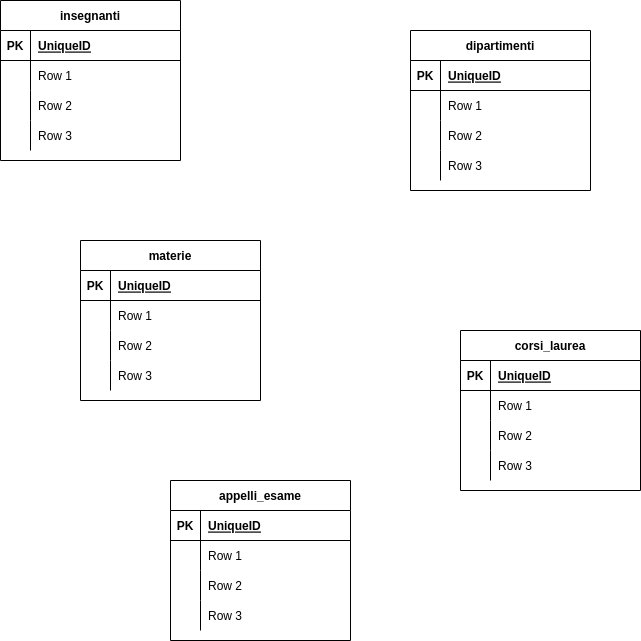
Above: diagramma ER per università.png in pietroline/db-university (draw.io), before the change. Source tidied: cells renumbered, new cells last; positions are measured from the earlier drawing's top-left corner, leaving out a move shared by most shapes.
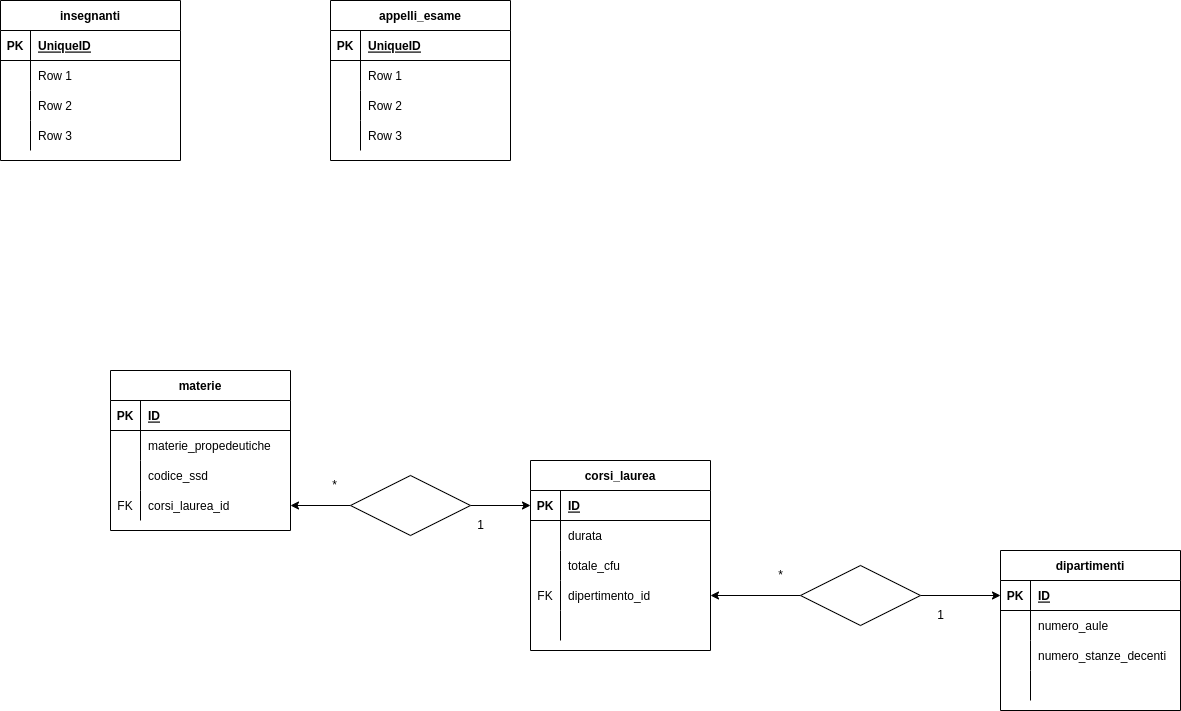
The same diagram one commit later.

Commit message:
dipartimento -> corsi_laurea -> materie

Change to the diagram source:
```diff
@@ -3,7 +3,7 @@
     <mxCell id="0" />
     <mxCell id="1" parent="0" />
     <mxCell id="2" value="dipartimenti" style="shape=table;startSize=30;rowLines=0;fontStyle=1;align=center;" parent="1" vertex="1">
-      <mxGeometry x="410" y="30" width="180" height="160" as="geometry" />
+      <mxGeometry x="1010" y="420" width="180" height="160" as="geometry" />
     </mxCell>
     <mxCell id="3" style="shape=tableRow;horizontal=0;startSize=0;swimlaneHead=0;swimlaneBody=0;fillColor=none;points=[[0,0.5],[1,0.5]];portConstraint=eastwest;top=0;left=0;right=0;bottom=1;" parent="2" vertex="1">
       <mxGeometry y="30" width="180" height="30" as="geometry" />
@@ -11,7 +11,7 @@
     <mxCell id="4" value="PK" style="shape=partialRectangle;fillColor=none;top=0;left=0;bottom=0;right=0;fontStyle=1;overflow=hidden;" parent="3" vertex="1">
       <mxGeometry width="30" height="30" as="geometry" />
     </mxCell>
-    <mxCell id="5" value="UniqueID" style="shape=partialRectangle;fillColor=none;top=0;left=0;bottom=0;right=0;align=left;spacingLeft=6;fontStyle=5;overflow=hidden;" parent="3" vertex="1">
+    <mxCell id="5" value="ID" style="shape=partialRectangle;fillColor=none;top=0;left=0;bottom=0;right=0;align=left;spacingLeft=6;fontStyle=5;overflow=hidden;" parent="3" vertex="1">
       <mxGeometry x="30" width="150" height="30" as="geometry" />
     </mxCell>
     <mxCell id="6" style="shape=tableRow;horizontal=0;startSize=0;swimlaneHead=0;swimlaneBody=0;fillColor=none;top=0;left=0;right=0;bottom=0;" parent="2" vertex="1">
@@ -20,7 +20,7 @@
     <mxCell id="7" style="shape=partialRectangle;fillColor=none;top=0;left=0;bottom=0;right=0;overflow=hidden;" parent="6" vertex="1">
       <mxGeometry width="30" height="30" as="geometry" />
     </mxCell>
-    <mxCell id="8" value="Row 1" style="shape=partialRectangle;fillColor=none;top=0;left=0;bottom=0;right=0;align=left;spacingLeft=6;overflow=hidden;" parent="6" vertex="1">
+    <mxCell id="8" value="numero_aule" style="shape=partialRectangle;fillColor=none;top=0;left=0;bottom=0;right=0;align=left;spacingLeft=6;overflow=hidden;" parent="6" vertex="1">
       <mxGeometry x="30" width="150" height="30" as="geometry" />
     </mxCell>
     <mxCell id="9" style="shape=tableRow;horizontal=0;startSize=0;swimlaneHead=0;swimlaneBody=0;fillColor=none;top=0;left=0;right=0;bottom=0;" parent="2" vertex="1">
@@ -29,7 +29,7 @@
     <mxCell id="10" style="shape=partialRectangle;fillColor=none;top=0;left=0;bottom=0;right=0;overflow=hidden;" parent="9" vertex="1">
       <mxGeometry width="30" height="30" as="geometry" />
     </mxCell>
-    <mxCell id="11" value="Row 2" style="shape=partialRectangle;fillColor=none;top=0;left=0;bottom=0;right=0;align=left;spacingLeft=6;overflow=hidden;" parent="9" vertex="1">
+    <mxCell id="11" value="numero_stanze_decenti" style="shape=partialRectangle;fillColor=none;top=0;left=0;bottom=0;right=0;align=left;spacingLeft=6;overflow=hidden;" parent="9" vertex="1">
       <mxGeometry x="30" width="150" height="30" as="geometry" />
     </mxCell>
     <mxCell id="12" style="shape=tableRow;horizontal=0;startSize=0;swimlaneHead=0;swimlaneBody=0;fillColor=none;top=0;left=0;right=0;bottom=0;" parent="2" vertex="1">
@@ -38,11 +38,11 @@
     <mxCell id="13" style="shape=partialRectangle;fillColor=none;top=0;left=0;bottom=0;right=0;overflow=hidden;" parent="12" vertex="1">
       <mxGeometry width="30" height="30" as="geometry" />
     </mxCell>
-    <mxCell id="14" value="Row 3" style="shape=partialRectangle;fillColor=none;top=0;left=0;bottom=0;right=0;align=left;spacingLeft=6;overflow=hidden;" parent="12" vertex="1">
+    <mxCell id="14" style="shape=partialRectangle;fillColor=none;top=0;left=0;bottom=0;right=0;align=left;spacingLeft=6;overflow=hidden;" parent="12" vertex="1">
       <mxGeometry x="30" width="150" height="30" as="geometry" />
     </mxCell>
     <mxCell id="15" value="materie" style="shape=table;startSize=30;rowLines=0;fontStyle=1;align=center;" parent="1" vertex="1">
-      <mxGeometry x="80" y="240" width="180" height="160" as="geometry" />
+      <mxGeometry x="120" y="240" width="180" height="160" as="geometry" />
     </mxCell>
     <mxCell id="16" style="shape=tableRow;horizontal=0;startSize=0;swimlaneHead=0;swimlaneBody=0;fillColor=none;top=0;left=0;right=0;bottom=1;" parent="15" vertex="1">
       <mxGeometry y="30" width="180" height="30" as="geometry" />
@@ -50,7 +50,7 @@
     <mxCell id="17" value="PK" style="shape=partialRectangle;fillColor=none;top=0;left=0;bottom=0;right=0;fontStyle=1;overflow=hidden;" parent="16" vertex="1">
       <mxGeometry width="30" height="30" as="geometry" />
     </mxCell>
-    <mxCell id="18" value="UniqueID" style="shape=partialRectangle;fillColor=none;top=0;left=0;bottom=0;right=0;align=left;spacingLeft=6;fontStyle=5;overflow=hidden;" parent="16" vertex="1">
+    <mxCell id="18" value="ID" style="shape=partialRectangle;fillColor=none;top=0;left=0;bottom=0;right=0;align=left;spacingLeft=6;fontStyle=5;overflow=hidden;" parent="16" vertex="1">
       <mxGeometry x="30" width="150" height="30" as="geometry" />
     </mxCell>
     <mxCell id="19" style="shape=tableRow;horizontal=0;startSize=0;swimlaneHead=0;swimlaneBody=0;fillColor=none;top=0;left=0;right=0;bottom=0;" parent="15" vertex="1">
@@ -59,7 +59,7 @@
     <mxCell id="20" style="shape=partialRectangle;fillColor=none;top=0;left=0;bottom=0;right=0;overflow=hidden;" parent="19" vertex="1">
       <mxGeometry width="30" height="30" as="geometry" />
     </mxCell>
-    <mxCell id="21" value="Row 1" style="shape=partialRectangle;fillColor=none;top=0;left=0;bottom=0;right=0;align=left;spacingLeft=6;overflow=hidden;" parent="19" vertex="1">
+    <mxCell id="21" value="materie_propedeutiche" style="shape=partialRectangle;fillColor=none;top=0;left=0;bottom=0;right=0;align=left;spacingLeft=6;overflow=hidden;" parent="19" vertex="1">
       <mxGeometry x="30" width="150" height="30" as="geometry" />
     </mxCell>
     <mxCell id="22" style="shape=tableRow;horizontal=0;startSize=0;swimlaneHead=0;swimlaneBody=0;fillColor=none;top=0;left=0;right=0;bottom=0;" parent="15" vertex="1">
@@ -68,20 +68,20 @@
     <mxCell id="23" style="shape=partialRectangle;fillColor=none;top=0;left=0;bottom=0;right=0;overflow=hidden;" parent="22" vertex="1">
       <mxGeometry width="30" height="30" as="geometry" />
     </mxCell>
-    <mxCell id="24" value="Row 2" style="shape=partialRectangle;fillColor=none;top=0;left=0;bottom=0;right=0;align=left;spacingLeft=6;overflow=hidden;" parent="22" vertex="1">
+    <mxCell id="24" value="codice_ssd" style="shape=partialRectangle;fillColor=none;top=0;left=0;bottom=0;right=0;align=left;spacingLeft=6;overflow=hidden;" parent="22" vertex="1">
       <mxGeometry x="30" width="150" height="30" as="geometry" />
     </mxCell>
     <mxCell id="25" style="shape=tableRow;horizontal=0;startSize=0;swimlaneHead=0;swimlaneBody=0;fillColor=none;points=[[0,0.5],[1,0.5]];portConstraint=eastwest;top=0;left=0;right=0;bottom=0;" parent="15" vertex="1">
       <mxGeometry y="120" width="180" height="30" as="geometry" />
     </mxCell>
-    <mxCell id="26" style="shape=partialRectangle;fillColor=none;top=0;left=0;bottom=0;right=0;overflow=hidden;" parent="25" vertex="1">
+    <mxCell id="26" value="FK" style="shape=partialRectangle;fillColor=none;top=0;left=0;bottom=0;right=0;overflow=hidden;" parent="25" vertex="1">
       <mxGeometry width="30" height="30" as="geometry" />
     </mxCell>
-    <mxCell id="27" value="Row 3" style="shape=partialRectangle;fillColor=none;top=0;left=0;bottom=0;right=0;align=left;spacingLeft=6;overflow=hidden;" parent="25" vertex="1">
+    <mxCell id="27" value="corsi_laurea_id" style="shape=partialRectangle;fillColor=none;top=0;left=0;bottom=0;right=0;align=left;spacingLeft=6;overflow=hidden;" parent="25" vertex="1">
       <mxGeometry x="30" width="150" height="30" as="geometry" />
     </mxCell>
     <mxCell id="28" value="corsi_laurea" style="shape=table;startSize=30;rowLines=0;fontStyle=1;align=center;" parent="1" vertex="1">
-      <mxGeometry x="460" y="330" width="180" height="160" as="geometry" />
+      <mxGeometry x="540" y="330" width="180" height="190" as="geometry" />
     </mxCell>
     <mxCell id="29" style="shape=tableRow;horizontal=0;startSize=0;swimlaneHead=0;swimlaneBody=0;fillColor=none;points=[[0,0.5],[1,0.5]];portConstraint=eastwest;top=0;left=0;right=0;bottom=1;" parent="28" vertex="1">
       <mxGeometry y="30" width="180" height="30" as="geometry" />
@@ -89,7 +89,7 @@
     <mxCell id="30" value="PK" style="shape=partialRectangle;fillColor=none;top=0;left=0;bottom=0;right=0;fontStyle=1;overflow=hidden;" parent="29" vertex="1">
       <mxGeometry width="30" height="30" as="geometry" />
     </mxCell>
-    <mxCell id="31" value="UniqueID" style="shape=partialRectangle;fillColor=none;top=0;left=0;bottom=0;right=0;align=left;spacingLeft=6;fontStyle=5;overflow=hidden;" parent="29" vertex="1">
+    <mxCell id="31" value="ID" style="shape=partialRectangle;fillColor=none;top=0;left=0;bottom=0;right=0;align=left;spacingLeft=6;fontStyle=5;overflow=hidden;" parent="29" vertex="1">
       <mxGeometry x="30" width="150" height="30" as="geometry" />
     </mxCell>
     <mxCell id="32" style="shape=tableRow;horizontal=0;startSize=0;swimlaneHead=0;swimlaneBody=0;fillColor=none;top=0;left=0;right=0;bottom=0;" parent="28" vertex="1">
@@ -98,7 +98,7 @@
     <mxCell id="33" style="shape=partialRectangle;fillColor=none;top=0;left=0;bottom=0;right=0;overflow=hidden;" parent="32" vertex="1">
       <mxGeometry width="30" height="30" as="geometry" />
     </mxCell>
-    <mxCell id="34" value="Row 1" style="shape=partialRectangle;fillColor=none;top=0;left=0;bottom=0;right=0;align=left;spacingLeft=6;overflow=hidden;" parent="32" vertex="1">
+    <mxCell id="34" value="durata" style="shape=partialRectangle;fillColor=none;top=0;left=0;bottom=0;right=0;align=left;spacingLeft=6;overflow=hidden;" parent="32" vertex="1">
       <mxGeometry x="30" width="150" height="30" as="geometry" />
     </mxCell>
     <mxCell id="35" style="shape=tableRow;horizontal=0;startSize=0;swimlaneHead=0;swimlaneBody=0;fillColor=none;top=0;left=0;right=0;bottom=0;" parent="28" vertex="1">
@@ -107,20 +107,29 @@
     <mxCell id="36" style="shape=partialRectangle;fillColor=none;top=0;left=0;bottom=0;right=0;overflow=hidden;" parent="35" vertex="1">
       <mxGeometry width="30" height="30" as="geometry" />
     </mxCell>
-    <mxCell id="37" value="Row 2" style="shape=partialRectangle;fillColor=none;top=0;left=0;bottom=0;right=0;align=left;spacingLeft=6;overflow=hidden;" parent="35" vertex="1">
+    <mxCell id="37" value="totale_cfu" style="shape=partialRectangle;fillColor=none;top=0;left=0;bottom=0;right=0;align=left;spacingLeft=6;overflow=hidden;" parent="35" vertex="1">
       <mxGeometry x="30" width="150" height="30" as="geometry" />
     </mxCell>
     <mxCell id="38" style="shape=tableRow;horizontal=0;startSize=0;swimlaneHead=0;swimlaneBody=0;fillColor=none;points=[[0,0.5],[1,0.5]];portConstraint=eastwest;top=0;left=0;right=0;bottom=0;" parent="28" vertex="1">
       <mxGeometry y="120" width="180" height="30" as="geometry" />
     </mxCell>
-    <mxCell id="39" style="shape=partialRectangle;fillColor=none;top=0;left=0;bottom=0;right=0;overflow=hidden;" parent="38" vertex="1">
+    <mxCell id="39" value="FK" style="shape=partialRectangle;fillColor=none;top=0;left=0;bottom=0;right=0;overflow=hidden;" parent="38" vertex="1">
       <mxGeometry width="30" height="30" as="geometry" />
     </mxCell>
-    <mxCell id="40" value="Row 3" style="shape=partialRectangle;fillColor=none;top=0;left=0;bottom=0;right=0;align=left;spacingLeft=6;overflow=hidden;" parent="38" vertex="1">
+    <mxCell id="40" value="dipertimento_id" style="shape=partialRectangle;fillColor=none;top=0;left=0;bottom=0;right=0;align=left;spacingLeft=6;overflow=hidden;" parent="38" vertex="1">
       <mxGeometry x="30" width="150" height="30" as="geometry" />
     </mxCell>
+    <mxCell id="67" style="shape=tableRow;horizontal=0;startSize=0;swimlaneHead=0;swimlaneBody=0;fillColor=none;top=0;left=0;right=0;bottom=0;" parent="28" vertex="1">
+      <mxGeometry y="150" width="180" height="30" as="geometry" />
+    </mxCell>
+    <mxCell id="68" style="shape=partialRectangle;fillColor=none;top=0;left=0;bottom=0;right=0;overflow=hidden;" parent="67" vertex="1">
+      <mxGeometry width="30" height="30" as="geometry" />
+    </mxCell>
+    <mxCell id="69" style="shape=partialRectangle;fillColor=none;top=0;left=0;bottom=0;right=0;align=left;spacingLeft=6;overflow=hidden;" parent="67" vertex="1">
+      <mxGeometry x="30" width="150" height="30" as="geometry" />
+    </mxCell>
     <mxCell id="41" value="insegnanti" style="shape=table;startSize=30;rowLines=0;fontStyle=1;align=center;" parent="1" vertex="1">
-      <mxGeometry width="180" height="160" as="geometry" />
+      <mxGeometry x="10" y="-130" width="180" height="160" as="geometry" />
     </mxCell>
     <mxCell id="42" style="shape=tableRow;horizontal=0;startSize=0;swimlaneHead=0;swimlaneBody=0;fillColor=none;top=0;left=0;right=0;bottom=1;" parent="41" vertex="1">
       <mxGeometry y="30" width="180" height="30" as="geometry" />
@@ -159,7 +168,7 @@
       <mxGeometry x="30" width="150" height="30" as="geometry" />
     </mxCell>
     <mxCell id="54" value="appelli_esame" style="shape=table;startSize=30;rowLines=0;fontStyle=1;align=center;" parent="1" vertex="1">
-      <mxGeometry x="170" y="480" width="180" height="160" as="geometry" />
+      <mxGeometry x="340" y="-130" width="180" height="160" as="geometry" />
     </mxCell>
     <mxCell id="55" style="shape=tableRow;horizontal=0;startSize=0;swimlaneHead=0;swimlaneBody=0;fillColor=none;top=0;left=0;right=0;bottom=1;" parent="54" vertex="1">
       <mxGeometry y="30" width="180" height="30" as="geometry" />
@@ -197,5 +206,38 @@
     <mxCell id="66" value="Row 3" style="shape=partialRectangle;fillColor=none;top=0;left=0;bottom=0;right=0;align=left;spacingLeft=6;overflow=hidden;" parent="64" vertex="1">
       <mxGeometry x="30" width="150" height="30" as="geometry" />
     </mxCell>
+    <mxCell id="70" style="edgeStyle=orthogonalEdgeStyle;rounded=0;jettySize=auto;html=1;entryX=0;entryY=0.5;entryDx=0;entryDy=0;" parent="1" edge="1" source="73" target="3">
+      <mxGeometry relative="1" as="geometry" />
+    </mxCell>
+    <mxCell id="71" style="edgeStyle=orthogonalEdgeStyle;rounded=0;jettySize=auto;html=1;entryX=1;entryY=0.5;entryDx=0;entryDy=0;" parent="1" edge="1" source="73" target="38">
+      <mxGeometry relative="1" as="geometry" />
+    </mxCell>
+    <mxCell id="72" style="group;" parent="1" vertex="1">
+      <mxGeometry x="780" y="435" width="180" height="60" as="geometry" />
+    </mxCell>
+    <mxCell id="73" style="shape=rhombus;perimeter=rhombusPerimeter;whiteSpace=wrap;html=1;align=center;" parent="72" vertex="1">
+      <mxGeometry x="30" width="120" height="60" as="geometry" />
+    </mxCell>
+    <mxCell id="74" value="1" style="text;html=1;align=center;verticalAlign=middle;strokeColor=none;fillColor=none;" parent="72" vertex="1">
+      <mxGeometry x="160" y="40" width="20" height="20" as="geometry" />
+    </mxCell>
+    <mxCell id="75" value="*" style="text;html=1;align=center;verticalAlign=middle;strokeColor=none;fillColor=none;" parent="72" vertex="1">
+      <mxGeometry width="20" height="20" as="geometry" />
+    </mxCell>
+    <mxCell id="76" style="edgeStyle=orthogonalEdgeStyle;rounded=0;jettySize=auto;html=1;" parent="1" edge="1" source="78" target="29">
+      <mxGeometry relative="1" as="geometry" />
+    </mxCell>
+    <mxCell id="77" style="edgeStyle=orthogonalEdgeStyle;rounded=0;jettySize=auto;html=1;entryX=1;entryY=0.5;entryDx=0;entryDy=0;" parent="1" edge="1" source="78" target="25">
+      <mxGeometry relative="1" as="geometry" />
+    </mxCell>
+    <mxCell id="78" style="shape=rhombus;perimeter=rhombusPerimeter;whiteSpace=wrap;html=1;align=center;" parent="1" vertex="1">
+      <mxGeometry x="360" y="345" width="120" height="60" as="geometry" />
+    </mxCell>
+    <mxCell id="79" value="*" style="text;html=1;align=center;verticalAlign=middle;strokeColor=none;fillColor=none;" parent="1" vertex="1">
+      <mxGeometry x="334" y="345" width="20" height="20" as="geometry" />
+    </mxCell>
+    <mxCell id="80" value="1" style="text;html=1;align=center;verticalAlign=middle;strokeColor=none;fillColor=none;" parent="1" vertex="1">
+      <mxGeometry x="480" y="385" width="20" height="20" as="geometry" />
+    </mxCell>
   </root>
 </mxGraphModel>
```
